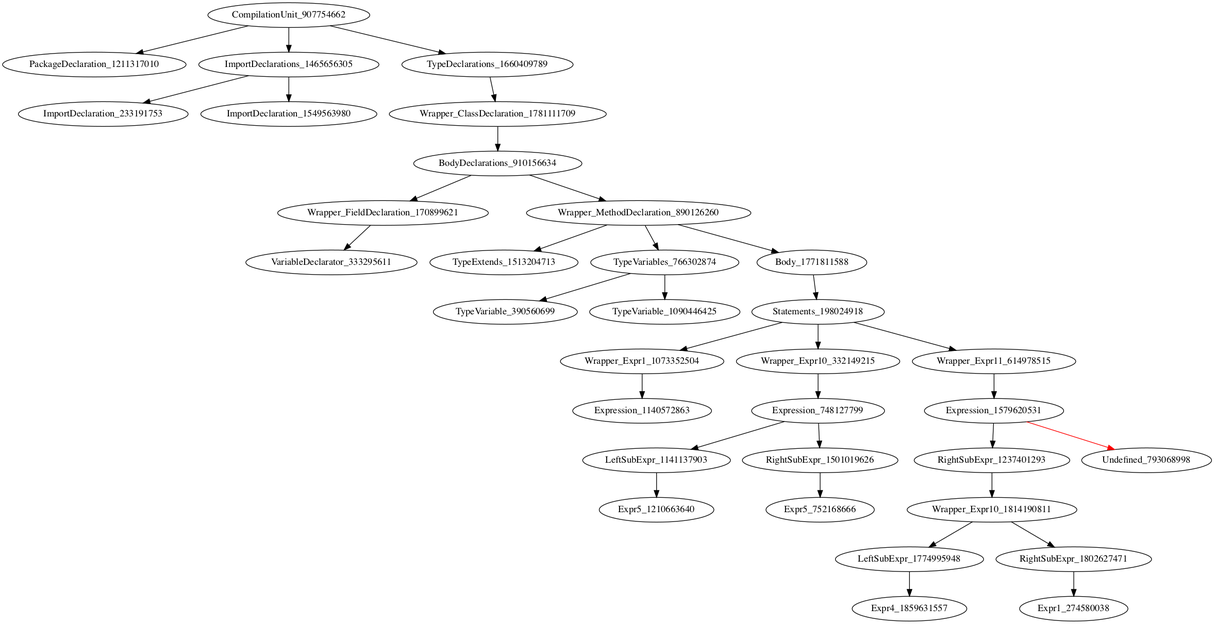
Earlier version of the Graphviz export holeAST.png (icse2023material/VoiceJava). Its source is kept beside it as holeAST.dot.
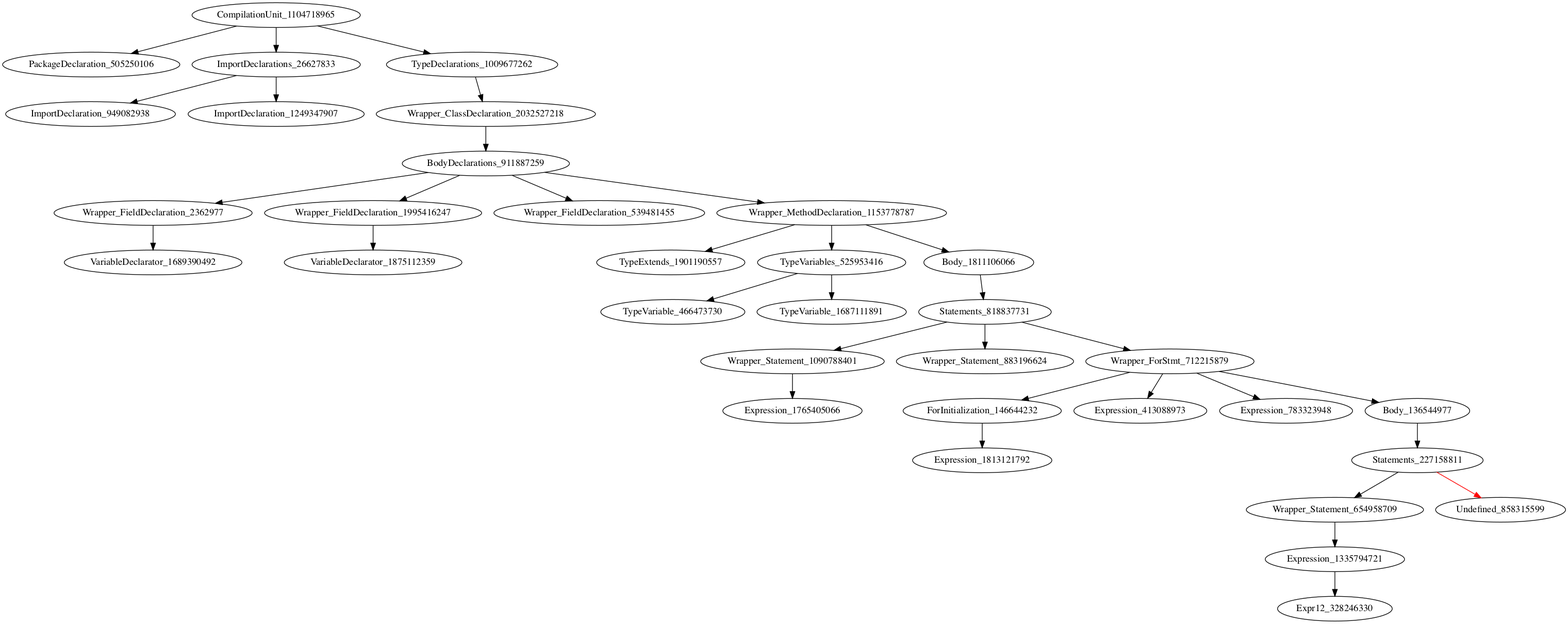
After the commit.

Commit message:
[add] finish exprStmt generation in forStmt

The edit, as a diff of the source:
```diff
@@ -1,35 +1,35 @@
 digraph {
-CompilationUnit_907754662 -> PackageDeclaration_1211317010
-CompilationUnit_907754662 -> ImportDeclarations_1465656305
-CompilationUnit_907754662 -> TypeDeclarations_1660409789
-ImportDeclarations_1465656305 -> ImportDeclaration_233191753
-ImportDeclarations_1465656305 -> ImportDeclaration_1549563980
-TypeDeclarations_1660409789 -> Wrapper_ClassDeclaration_1781111709
-Wrapper_ClassDeclaration_1781111709 -> BodyDeclarations_910156634
-BodyDeclarations_910156634 -> Wrapper_FieldDeclaration_170899621
-BodyDeclarations_910156634 -> Wrapper_MethodDeclaration_890126260
-Wrapper_FieldDeclaration_170899621 -> VariableDeclarator_333295611
-Wrapper_MethodDeclaration_890126260 -> TypeExtends_1513204713
-Wrapper_MethodDeclaration_890126260 -> TypeVariables_766302874
-Wrapper_MethodDeclaration_890126260 -> Body_1771811588
-TypeVariables_766302874 -> TypeVariable_390560699
-TypeVariables_766302874 -> TypeVariable_1090446425
-Body_1771811588 -> Statements_198024918
-Statements_198024918 -> Wrapper_Expr1_1073352504
-Statements_198024918 -> Wrapper_Expr10_332149215
-Statements_198024918 -> Wrapper_Expr11_614978515
-Wrapper_Expr1_1073352504 -> Expression_1140572863
-Wrapper_Expr10_332149215 -> Expression_748127799
-Wrapper_Expr11_614978515 -> Expression_1579620531
-Expression_748127799 -> LeftSubExpr_1141137903
-Expression_748127799 -> RightSubExpr_1501019626
-Expression_1579620531 -> RightSubExpr_1237401293
-Expression_1579620531 -> Undefined_793068998 [color = red]
-LeftSubExpr_1141137903 -> Expr5_1210663640
-RightSubExpr_1501019626 -> Expr5_752168666
-RightSubExpr_1237401293 -> Wrapper_Expr10_1814190811
-Wrapper_Expr10_1814190811 -> LeftSubExpr_1774995948
-Wrapper_Expr10_1814190811 -> RightSubExpr_1802627471
-LeftSubExpr_1774995948 -> Expr4_1859631557
-RightSubExpr_1802627471 -> Expr1_274580038
+CompilationUnit_1104718965 -> PackageDeclaration_505250106
+CompilationUnit_1104718965 -> ImportDeclarations_26627833
+CompilationUnit_1104718965 -> TypeDeclarations_1009677262
+ImportDeclarations_26627833 -> ImportDeclaration_949082938
+ImportDeclarations_26627833 -> ImportDeclaration_1249347907
+TypeDeclarations_1009677262 -> Wrapper_ClassDeclaration_2032527218
+Wrapper_ClassDeclaration_2032527218 -> BodyDeclarations_911887259
+BodyDeclarations_911887259 -> Wrapper_FieldDeclaration_2362977
+BodyDeclarations_911887259 -> Wrapper_FieldDeclaration_1995416247
+BodyDeclarations_911887259 -> Wrapper_FieldDeclaration_539481455
+BodyDeclarations_911887259 -> Wrapper_MethodDeclaration_1153778787
+Wrapper_FieldDeclaration_2362977 -> VariableDeclarator_1689390492
+Wrapper_FieldDeclaration_1995416247 -> VariableDeclarator_1875112359
+Wrapper_MethodDeclaration_1153778787 -> TypeExtends_1901190557
+Wrapper_MethodDeclaration_1153778787 -> TypeVariables_525953416
+Wrapper_MethodDeclaration_1153778787 -> Body_1811106066
+TypeVariables_525953416 -> TypeVariable_466473730
+TypeVariables_525953416 -> TypeVariable_1687111891
+Body_1811106066 -> Statements_818837731
+Statements_818837731 -> Wrapper_Statement_1090788401
+Statements_818837731 -> Wrapper_Statement_883196624
+Statements_818837731 -> Wrapper_ForStmt_712215879
+Wrapper_Statement_1090788401 -> Expression_1765405066
+Wrapper_ForStmt_712215879 -> ForInitialization_146644232
+Wrapper_ForStmt_712215879 -> Expression_413088973
+Wrapper_ForStmt_712215879 -> Expression_783323948
+Wrapper_ForStmt_712215879 -> Body_136544977
+ForInitialization_146644232 -> Expression_1813121792
+Body_136544977 -> Statements_227158811
+Statements_227158811 -> Wrapper_Statement_654958709
+Statements_227158811 -> Undefined_858315599 [color = red]
+Wrapper_Statement_654958709 -> Expression_1335794721
+Expression_1335794721 -> Expr12_328246330
 }
```
